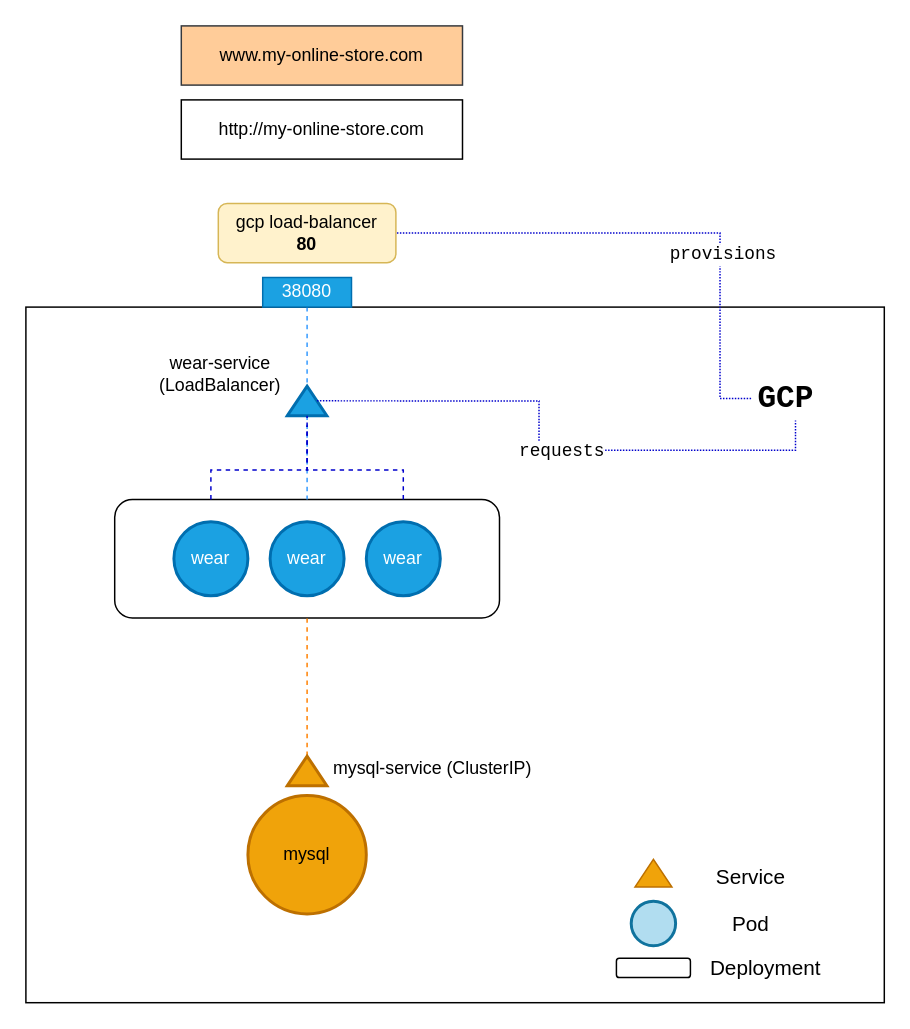
Earlier version of the draw.io diagram page "GCP ingress" (7 of 7) of assets/networking.drawio (aditya109/journey-CKA). Source tidied: cells renumbered, new cells numbered last; positions are measured from the earlier drawing's top-left corner, leaving out a move shared by most shapes. Both pictures are drawn from the tidied source at 148%, with x=0, y=0 at pixel (25, 25).
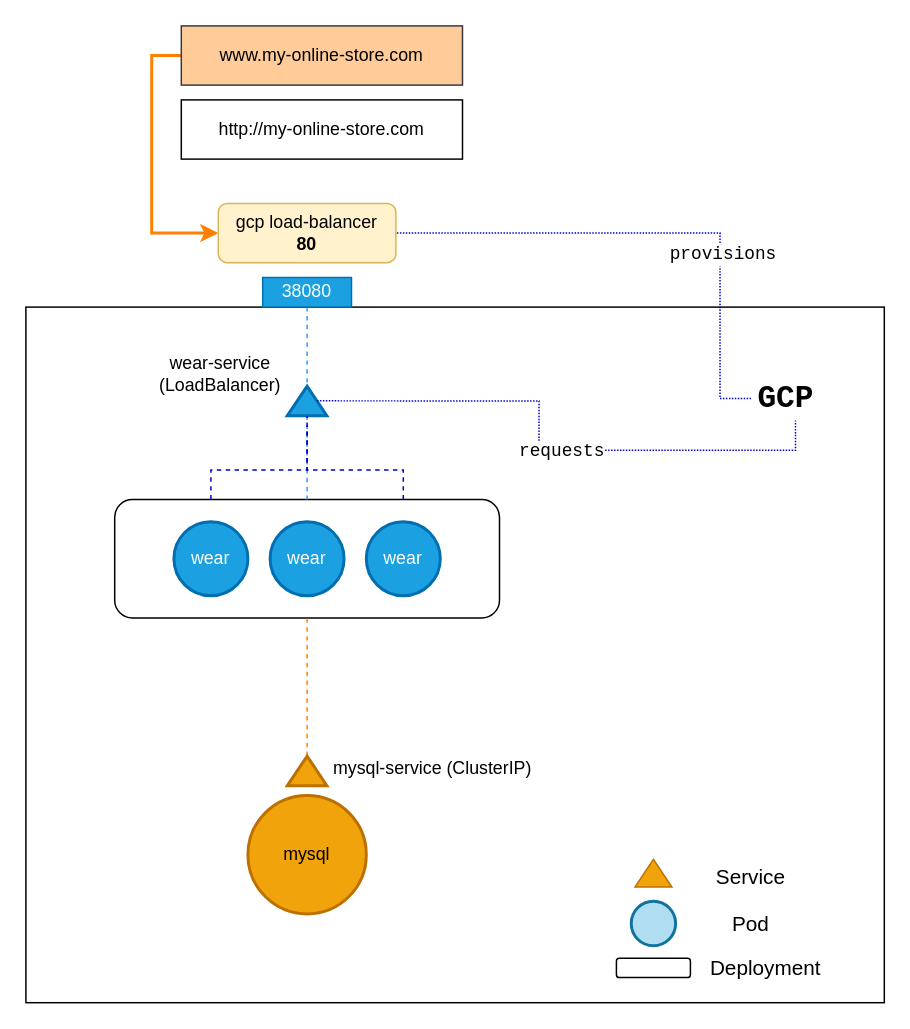
After the change.

The change refers to these unchanged cells:
```xml
<mxCell id="2" value="www.my-online-store.com" style="rounded=0;whiteSpace=wrap;html=1;fillColor=#ffcc99;strokeColor=#36393d;" parent="1" vertex="1">
  <mxGeometry x="105" width="190" height="40" as="geometry" />
</mxCell>
<mxCell id="23" value="gcp load-balancer&lt;br&gt;&lt;b&gt;80&lt;/b&gt;" style="rounded=1;whiteSpace=wrap;html=1;fillColor=#fff2cc;strokeColor=#d6b656;" parent="1" vertex="1">
  <mxGeometry x="130" y="120" width="120" height="40" as="geometry" />
</mxCell>
```

Change to the diagram source:
```diff
@@
+    <mxCell id="32" style="edgeStyle=orthogonalEdgeStyle;rounded=0;jettySize=auto;html=1;entryX=0;entryY=0.5;entryDx=0;entryDy=0;fontFamily=Courier New;fontSize=12;endArrow=classic;endFill=1;strokeColor=#FF8000;strokeWidth=2;fillColor=#3399FF;" parent="1" edge="1" source="2" target="23">
+      <mxGeometry relative="1" as="geometry">
+        <Array as="points">
+          <mxPoint x="85" y="20" />
+          <mxPoint x="85" y="140" />
+        </Array>
+      </mxGeometry>
+    </mxCell>
```
